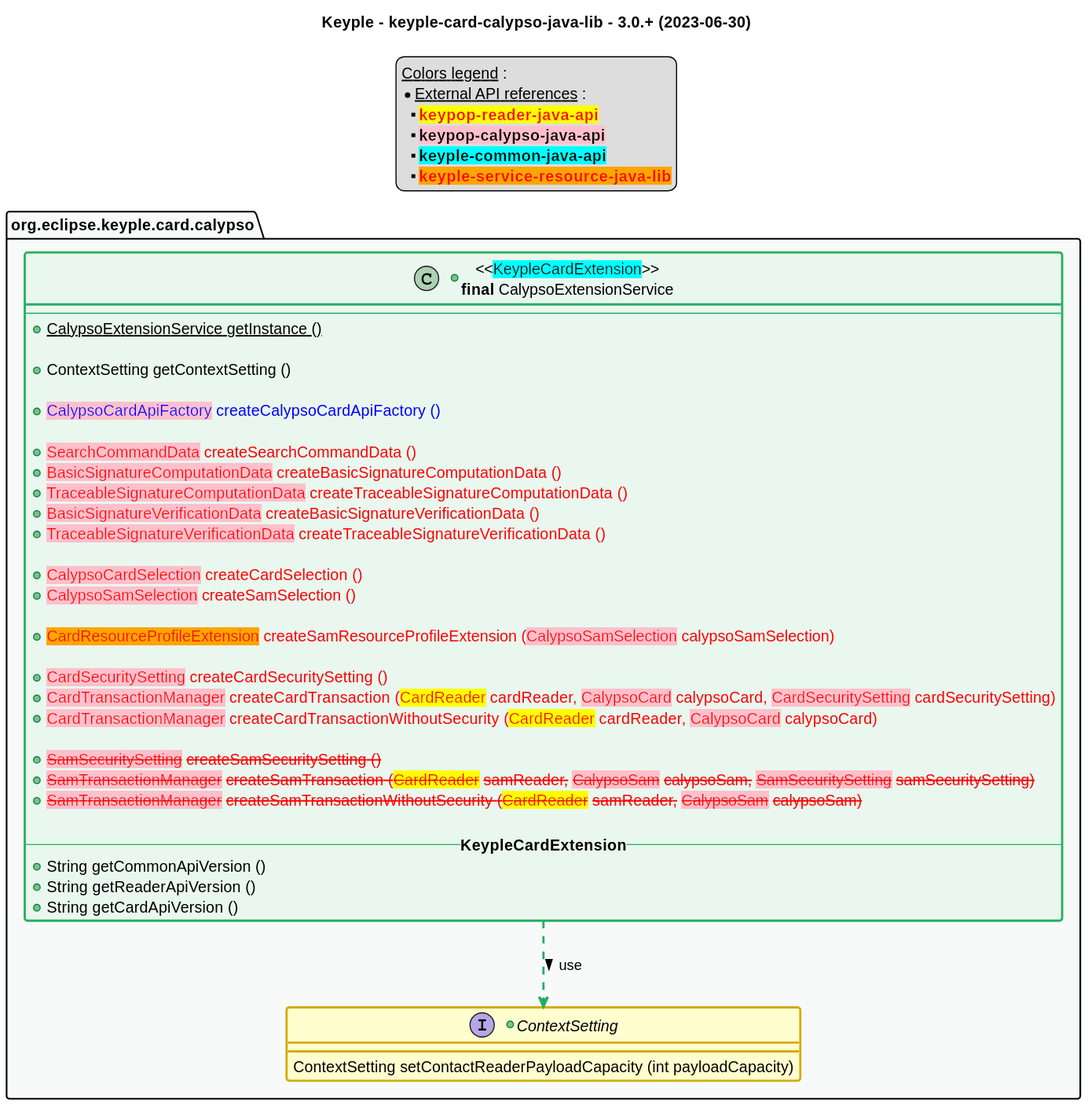
The PlantUML diagram src/main/uml/api_class_diagram.svg in eclipse-keyple/keyple-card-calypso-java-lib, before a commit.
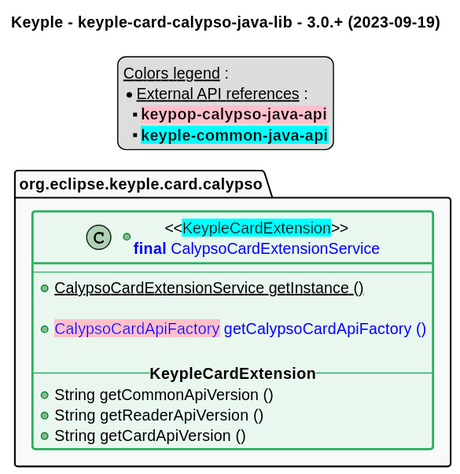
After the change.

Diff of the diagram source:
```diff
@@ -1,6 +1,6 @@
 @startuml
 title
-    Keyple - keyple-card-calypso-java-lib - 3.0.+ (2023-06-30)
+    Keyple - keyple-card-calypso-java-lib - 3.0.+ (2023-09-19)
 end title
 
 
@@ -43,52 +43,24 @@
 legend top
     __Colors legend__ :
     * __External API references__ :
-    ** <color:red><back:yellow>**keypop-reader-java-api**</back>
     ** <back:pink>**keypop-calypso-java-api**</back>
     ** <back:cyan>**keyple-common-java-api**</back>
-    ** <color:red><back:orange>**keyple-service-resource-java-lib**</back>
 end legend
 
 package "org.eclipse.keyple.card.calypso" as calypso {
-    +class "<<<back:cyan>KeypleCardExtension</back>>>\n**final** CalypsoExtensionService" as CalypsoExtensionService <<green>> {
+    +class "<<<back:cyan>KeypleCardExtension</back>>>\n<color:blue>**final** CalypsoCardExtensionService" as CalypsoCardExtensionService <<green>> {
         --
-        +{static} CalypsoExtensionService getInstance ()
+        +{static} CalypsoCardExtensionService getInstance ()
 
-        +ContextSetting getContextSetting ()
-
-        +<color:blue><back:pink>CalypsoCardApiFactory</back> createCalypsoCardApiFactory ()
-
-        +<color:red><back:pink>SearchCommandData</back> createSearchCommandData ()
-        +<color:red><back:pink>BasicSignatureComputationData</back> createBasicSignatureComputationData ()
-        +<color:red><back:pink>TraceableSignatureComputationData</back> createTraceableSignatureComputationData ()
-        +<color:red><back:pink>BasicSignatureVerificationData</back> createBasicSignatureVerificationData ()
-        +<color:red><back:pink>TraceableSignatureVerificationData</back> createTraceableSignatureVerificationData ()
-
-        +<color:red><back:pink>CalypsoCardSelection</back> createCardSelection ()
-        +<color:red><back:pink>CalypsoSamSelection</back> createSamSelection ()
-
-        +<color:red><back:orange>CardResourceProfileExtension</back> createSamResourceProfileExtension (<back:pink>CalypsoSamSelection</back> calypsoSamSelection)
-
-        +<color:red><back:pink>CardSecuritySetting</back> createCardSecuritySetting ()
-        +<color:red><back:pink>CardTransactionManager</back> createCardTransaction (<back:yellow>CardReader</back> cardReader, <back:pink>CalypsoCard</back> calypsoCard, <back:pink>CardSecuritySetting</back> cardSecuritySetting)
-        +<color:red><back:pink>CardTransactionManager</back> createCardTransactionWithoutSecurity (<back:yellow>CardReader</back> cardReader, <back:pink>CalypsoCard</back> calypsoCard)
-
-        +<color:red><s><back:pink>SamSecuritySetting</back> createSamSecuritySetting ()
-        +<color:red><s><back:pink>SamTransactionManager</back> createSamTransaction (<back:yellow>CardReader</back> samReader, <back:pink>CalypsoSam</back> calypsoSam, <back:pink>SamSecuritySetting</back> samSecuritySetting)
-        +<color:red><s><back:pink>SamTransactionManager</back> createSamTransactionWithoutSecurity (<back:yellow>CardReader</back> samReader, <back:pink>CalypsoSam</back> calypsoSam)
+        +<color:blue><back:pink>CalypsoCardApiFactory</back> getCalypsoCardApiFactory ()
 
         -- **KeypleCardExtension** --
         +String getCommonApiVersion ()
         +String getReaderApiVersion ()
         +String getCardApiVersion ()
     }
-    +interface ContextSetting {
-        ContextSetting setContactReaderPayloadCapacity (int payloadCapacity)
-    }
 }
 
-
-CalypsoExtensionService ..> ContextSetting #C_USE : use >
 
 
 
```
